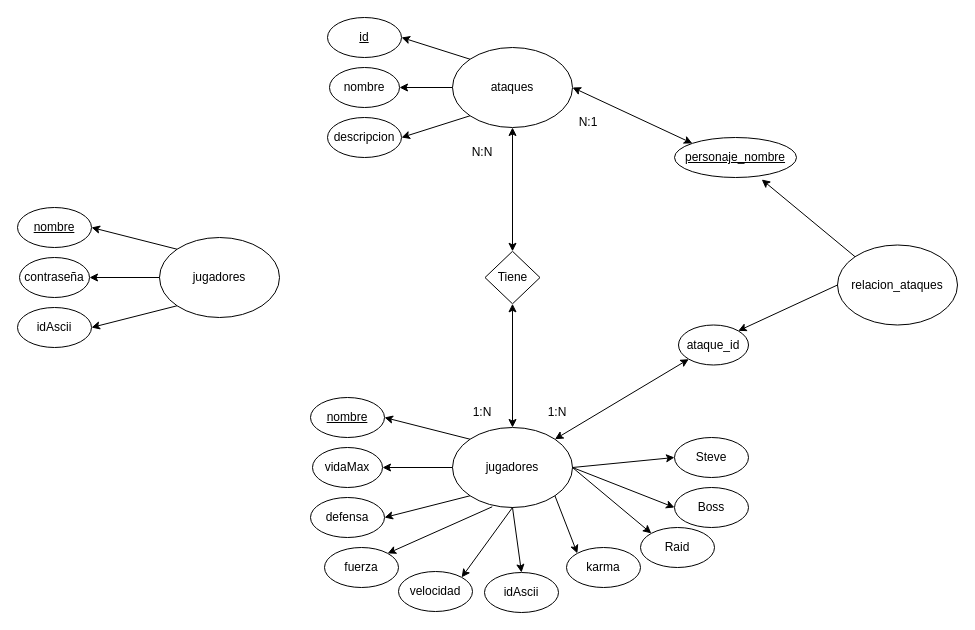
Earlier version of the draw.io diagram ER.drawio (Pelenior/F.R.A.N.-FreeRandomAssNewgame-). Source tidied: cells renumbered, new cells numbered last; positions are measured from the earlier drawing's top-left corner, leaving out a move shared by most shapes. Both pictures are drawn from the tidied source at 100%, with x=0, y=0 at pixel (17, 17).
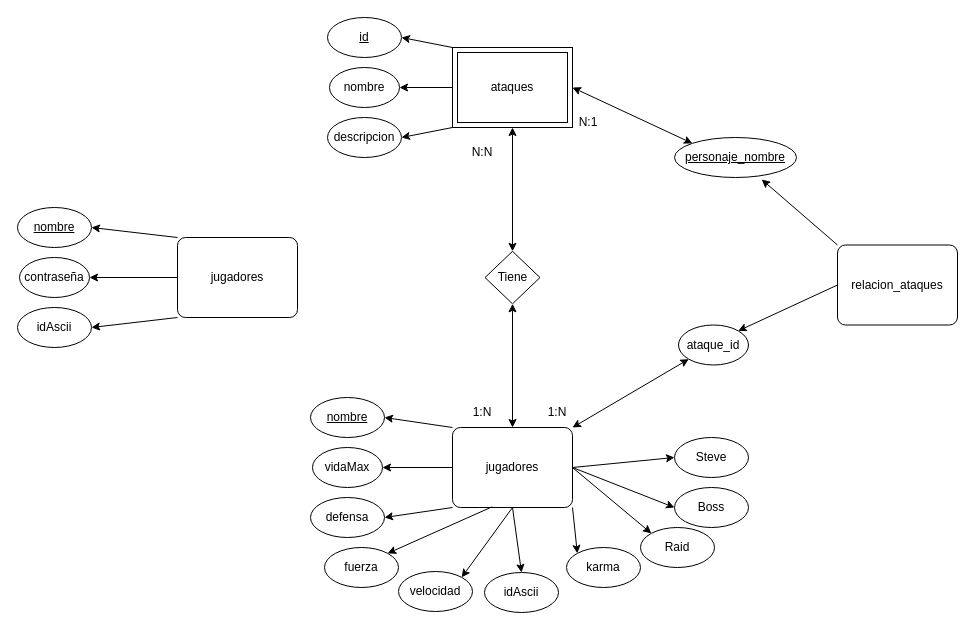
The same diagram, later.

Change to the diagram source:
```diff
@@
-    <mxCell id="2" value="jugadores" style="ellipse;whiteSpace=wrap;html=1;" parent="1" vertex="1">
-      <mxGeometry x="142" y="220" width="120" height="80" as="geometry" />
+    <mxCell id="2" value="jugadores" style="rounded=1;arcSize=10;whiteSpace=wrap;html=1;" parent="1" vertex="1">
+      <mxGeometry x="160" y="220" width="120" height="80" as="geometry" />
     </mxCell>
@@
-    <mxCell id="9" value="ataques" style="ellipse;whiteSpace=wrap;html=1;" parent="1" vertex="1">
+    <mxCell id="9" value="ataques" style="shape=ext;margin=3;double=1;whiteSpace=wrap;html=1;" parent="1" vertex="1">
       <mxGeometry x="435" y="30" width="120" height="80" as="geometry" />
     </mxCell>
@@
-    <mxCell id="16" value="jugadores" style="ellipse;whiteSpace=wrap;html=1;" parent="1" vertex="1">
+    <mxCell id="16" value="jugadores" style="rounded=1;arcSize=10;whiteSpace=wrap;html=1;" parent="1" vertex="1">
       <mxGeometry x="435" y="410" width="120" height="80" as="geometry" />
     </mxCell>
@@
-    <mxCell id="37" value="relacion_ataques" style="ellipse;whiteSpace=wrap;html=1;" parent="1" vertex="1">
+    <mxCell id="37" value="relacion_ataques" style="rounded=1;arcSize=10;whiteSpace=wrap;html=1;" parent="1" vertex="1">
       <mxGeometry x="820" y="227.5" width="120" height="80" as="geometry" />
     </mxCell>
```
